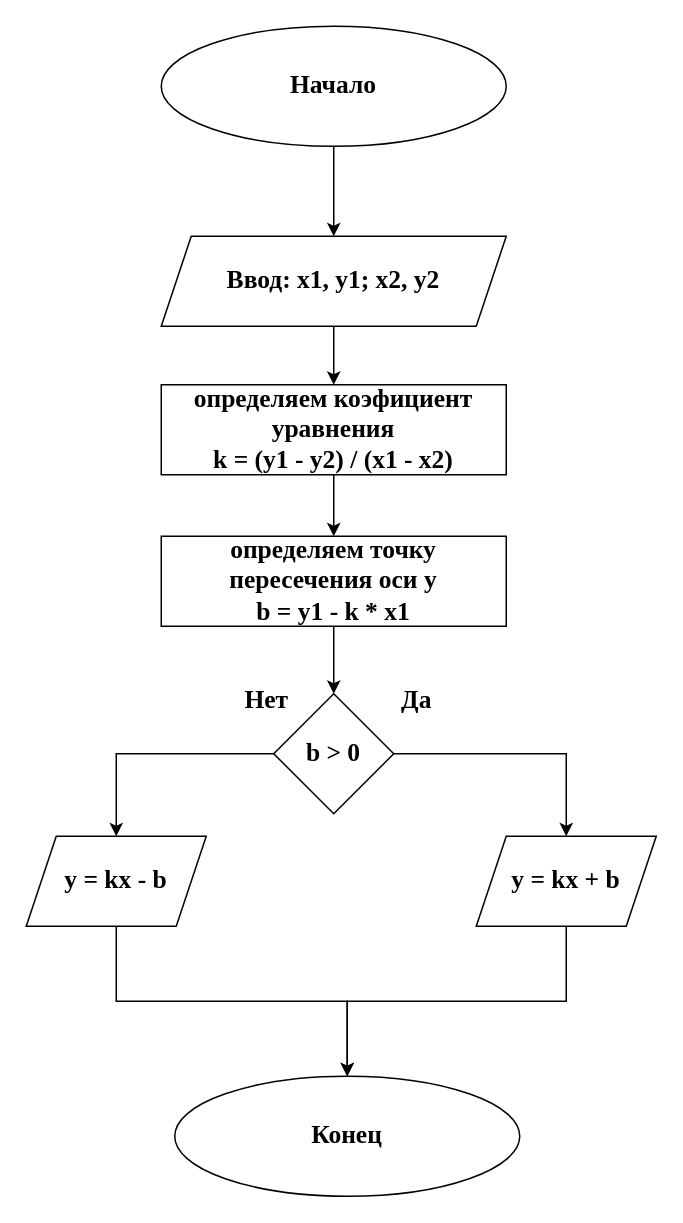
Above: lesson_one/task_two/task2.drawio in KazancevVitaly/algos_python_intercours (draw.io), before the change. Source tidied: cells renumbered, new cells numbered last; positions are measured from the earlier drawing's top-left corner, leaving out a move shared by most shapes. Both pictures are drawn from the tidied source at 150%, with x=0, y=0 at pixel (26, 26).
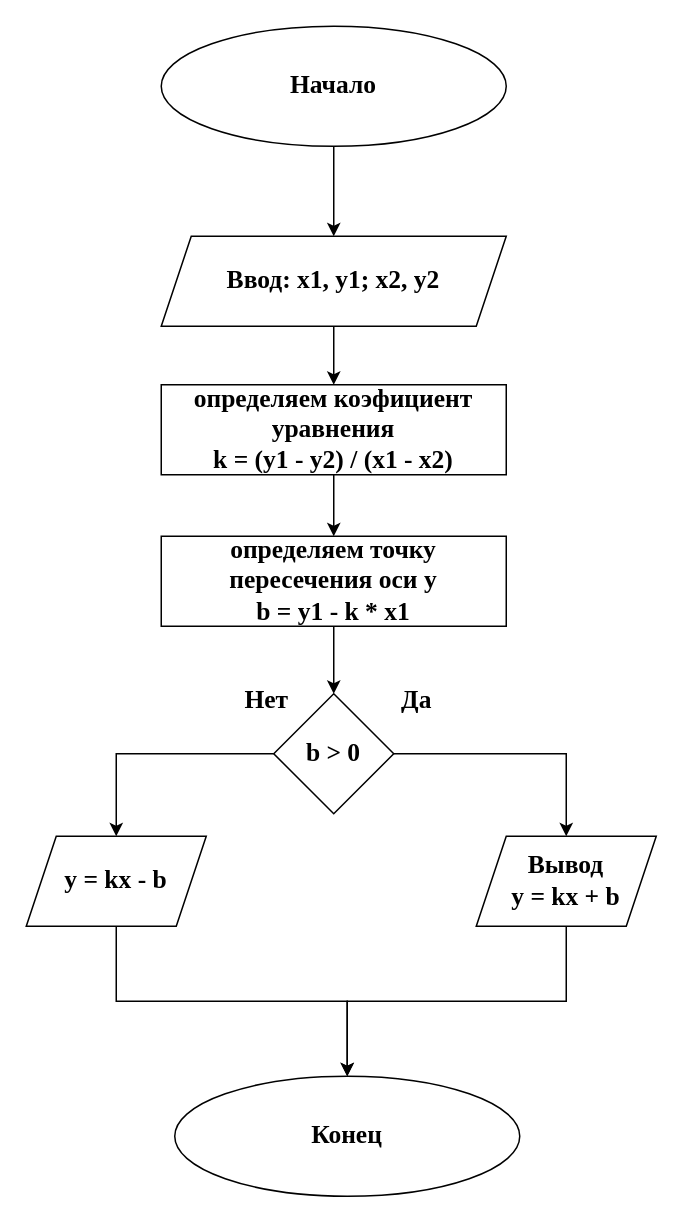
The same page after the edit.

Diff of the diagram source:
```diff
@@
 <mxGraphModel>
   <root>
     <mxCell id="0" />
     <mxCell id="1" parent="0" />
     <mxCell id="2" style="edgeStyle=orthogonalEdgeStyle;rounded=0;jettySize=auto;html=1;exitX=0.5;exitY=1;exitDx=0;exitDy=0;entryX=0.5;entryY=0;entryDx=0;entryDy=0;fontFamily=Times New Roman;fontStyle=1;fontSize=17;" parent="1" edge="1" source="3" target="5">
       <mxGeometry relative="1" as="geometry" />
     </mxCell>
     <mxCell id="3" value="&lt;font style=&quot;font-size: 17px;&quot;&gt;&lt;span style=&quot;font-size: 17px;&quot;&gt;Начало&lt;/span&gt;&lt;/font&gt;" style="ellipse;whiteSpace=wrap;html=1;fontFamily=Times New Roman;fontStyle=1;fontSize=17;" parent="1" vertex="1">
       <mxGeometry x="90" width="230" height="80" as="geometry" />
     </mxCell>
     <mxCell id="4" style="edgeStyle=orthogonalEdgeStyle;rounded=0;jettySize=auto;html=1;fontFamily=Times New Roman;fontStyle=1;fontSize=17;" parent="1" edge="1" source="5" target="7">
       <mxGeometry relative="1" as="geometry" />
     </mxCell>
     <mxCell id="5" value="Ввод: x1, y1; x2, y2" style="shape=parallelogram;perimeter=parallelogramPerimeter;whiteSpace=wrap;html=1;fixedSize=1;fontFamily=Times New Roman;fontStyle=1;fontSize=17;" parent="1" vertex="1">
       <mxGeometry x="90" y="140" width="230" height="60" as="geometry" />
     </mxCell>
     <mxCell id="6" style="edgeStyle=orthogonalEdgeStyle;rounded=0;jettySize=auto;html=1;fontFamily=Times New Roman;fontStyle=1;fontSize=17;" parent="1" edge="1" source="7" target="9">
       <mxGeometry relative="1" as="geometry" />
     </mxCell>
     <mxCell id="7" value="определяем коэфициент уравнения&lt;br style=&quot;font-size: 17px;&quot;&gt;k = (y1 - y2) / (x1 - x2)" style="rounded=0;whiteSpace=wrap;html=1;fontFamily=Times New Roman;fontStyle=1;fontSize=17;" parent="1" vertex="1">
       <mxGeometry x="90" y="239" width="230" height="60" as="geometry" />
     </mxCell>
     <mxCell id="8" style="edgeStyle=orthogonalEdgeStyle;rounded=0;jettySize=auto;html=1;fontFamily=Times New Roman;fontStyle=1;fontSize=17;" parent="1" edge="1" source="9" target="12">
       <mxGeometry relative="1" as="geometry" />
     </mxCell>
     <mxCell id="9" value="определяем точку пересечения оси y&lt;br style=&quot;font-size: 17px;&quot;&gt;b = y1 - k * x1" style="rounded=0;whiteSpace=wrap;html=1;fontFamily=Times New Roman;fontStyle=1;fontSize=17;" parent="1" vertex="1">
       <mxGeometry x="90" y="340" width="230" height="60" as="geometry" />
     </mxCell>
     <mxCell id="10" style="edgeStyle=orthogonalEdgeStyle;rounded=0;jettySize=auto;html=1;entryX=0.5;entryY=0;entryDx=0;entryDy=0;fontFamily=Times New Roman;fontStyle=1;fontSize=17;" parent="1" edge="1" source="12" target="18">
       <mxGeometry relative="1" as="geometry" />
     </mxCell>
     <mxCell id="11" style="edgeStyle=orthogonalEdgeStyle;rounded=0;jettySize=auto;html=1;exitX=1;exitY=0.5;exitDx=0;exitDy=0;entryX=0.5;entryY=0;entryDx=0;entryDy=0;fontFamily=Times New Roman;fontStyle=1;fontSize=17;" parent="1" edge="1" source="12" target="16">
       <mxGeometry relative="1" as="geometry" />
     </mxCell>
     <mxCell id="12" value="b &amp;gt; 0" style="rhombus;whiteSpace=wrap;html=1;fontFamily=Times New Roman;fontStyle=1;fontSize=17;" parent="1" vertex="1">
       <mxGeometry x="165" y="445" width="80" height="80" as="geometry" />
     </mxCell>
     <mxCell id="13" value="Да" style="text;html=1;align=center;verticalAlign=middle;fontFamily=Times New Roman;fontStyle=1;fontSize=17;" parent="1" vertex="1">
       <mxGeometry x="240" y="435" width="40" height="30" as="geometry" />
     </mxCell>
     <mxCell id="14" value="Нет" style="text;html=1;align=center;verticalAlign=middle;fontFamily=Times New Roman;fontStyle=1;fontSize=17;" parent="1" vertex="1">
       <mxGeometry x="140" y="435" width="40" height="30" as="geometry" />
     </mxCell>
     <mxCell id="15" style="edgeStyle=orthogonalEdgeStyle;rounded=0;jettySize=auto;html=1;fontFamily=Times New Roman;fontStyle=1;fontSize=17;" parent="1" edge="1" source="16" target="19">
       <mxGeometry relative="1" as="geometry" />
     </mxCell>
-    <mxCell id="16" value="y = kx + b" style="shape=parallelogram;perimeter=parallelogramPerimeter;whiteSpace=wrap;html=1;fixedSize=1;fontFamily=Times New Roman;fontStyle=1;fontSize=17;" parent="1" vertex="1">
+    <mxCell id="16" value="Вывод&lt;br&gt;y = kx + b" style="shape=parallelogram;perimeter=parallelogramPerimeter;whiteSpace=wrap;html=1;fixedSize=1;fontFamily=Times New Roman;fontStyle=1;fontSize=17;" parent="1" vertex="1">
       <mxGeometry x="300" y="540" width="120" height="60" as="geometry" />
     </mxCell>
     <mxCell id="17" style="edgeStyle=orthogonalEdgeStyle;rounded=0;jettySize=auto;html=1;exitX=0.5;exitY=1;exitDx=0;exitDy=0;entryX=0.5;entryY=0;entryDx=0;entryDy=0;fontFamily=Times New Roman;fontStyle=1;fontSize=17;" parent="1" edge="1" source="18" target="19">
       <mxGeometry relative="1" as="geometry" />
     </mxCell>
     <mxCell id="18" value="y = kx - b" style="shape=parallelogram;perimeter=parallelogramPerimeter;whiteSpace=wrap;html=1;fixedSize=1;fontFamily=Times New Roman;fontStyle=1;fontSize=17;" parent="1" vertex="1">
       <mxGeometry y="540" width="120" height="60" as="geometry" />
     </mxCell>
     <mxCell id="19" value="Конец" style="ellipse;whiteSpace=wrap;html=1;fontFamily=Times New Roman;fontStyle=1;fontSize=17;" parent="1" vertex="1">
       <mxGeometry x="99" y="700" width="230" height="80" as="geometry" />
     </mxCell>
   </root>
 </mxGraphModel>
```
